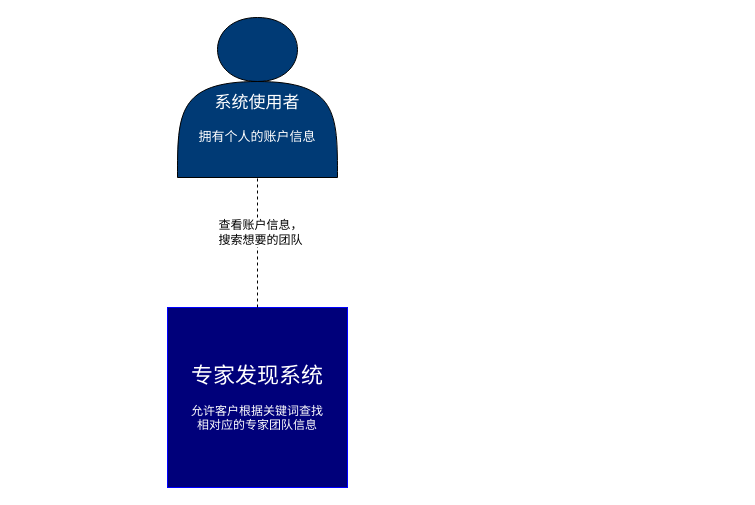
The draw.io diagram Untitled Diagram.drawio in zhangshuo1996/huashan, before the edit. Source tidied: cells renumbered, new cells numbered last; positions are measured from the earlier drawing's top-left corner, leaving out a move shared by most shapes. Both pictures are drawn from the tidied source at 100%, with x=0, y=0 at pixel (167, 17).
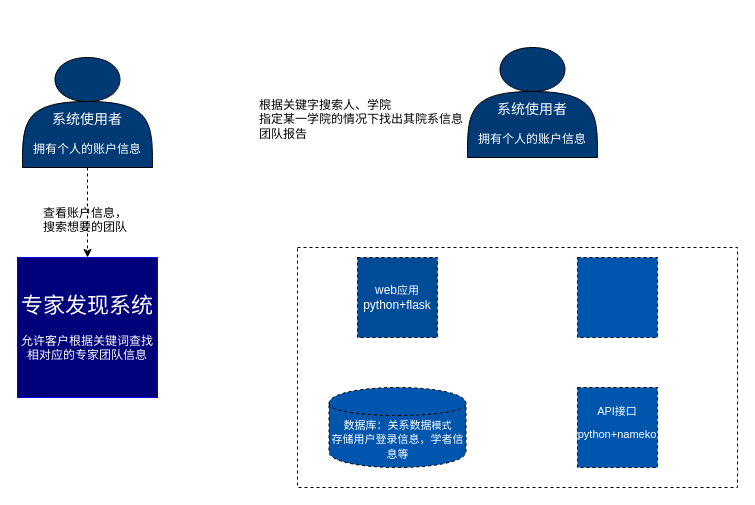
Above is the later version.

The edit, as a diff of the source:
```diff
@@
 <mxGraphModel>
   <root>
     <mxCell id="0" />
     <mxCell id="1" parent="0" />
-    <mxCell id="2" value="&lt;font color=&quot;#ffffff&quot;&gt;&lt;br&gt;&lt;br&gt;&lt;br&gt;&lt;font style=&quot;font-size: 17px&quot;&gt;系统使用者&lt;br&gt;&lt;/font&gt;&lt;span style=&quot;font-size: 13px&quot;&gt;&lt;br&gt;拥有&lt;/span&gt;&lt;span style=&quot;font-size: 13px&quot;&gt;个人的账户信息&lt;/span&gt;&lt;/font&gt;" style="shape=actor;whiteSpace=wrap;html=1;fillColor=#003A75;" parent="1" vertex="1">
-      <mxGeometry x="10" width="160" height="160" as="geometry" />
+    <mxCell id="2" value="&lt;font color=&quot;#ffffff&quot; style=&quot;font-size: 12px&quot;&gt;&lt;br&gt;&lt;br&gt;&lt;br&gt;&lt;font style=&quot;font-size: 14px&quot;&gt;系统使用者&lt;br&gt;&lt;/font&gt;&lt;span&gt;&lt;br&gt;拥有&lt;/span&gt;&lt;span&gt;个人的账户信息&lt;/span&gt;&lt;/font&gt;" style="shape=actor;whiteSpace=wrap;html=1;fillColor=#003A75;" parent="1" vertex="1">
+      <mxGeometry x="-145" y="40" width="130" height="110" as="geometry" />
     </mxCell>
     <mxCell id="3" value="&lt;font color=&quot;#ffffff&quot;&gt;&lt;font style=&quot;font-size: 22px&quot;&gt;专家发现系统&lt;/font&gt;&lt;br&gt;&lt;br&gt;允许客户根据关键词查找&lt;br&gt;相对应的专家团队信息&lt;br&gt;&lt;/font&gt;" style="whiteSpace=wrap;html=1;strokeColor=#0000FF;shadow=0;fillColor=#00007A;" parent="1" vertex="1">
-      <mxGeometry y="290" width="180" height="180" as="geometry" />
+      <mxGeometry x="-150" y="240" width="140" height="140" as="geometry" />
     </mxCell>
-    <mxCell id="4" style="endArrow=none;dashed=1;html=1;entryX=0.5;entryY=1;entryDx=0;entryDy=0;exitX=0.5;exitY=0;exitDx=0;exitDy=0;" parent="1" edge="1" source="3" target="2">
-      <mxGeometry relative="1" as="geometry" />
-    </mxCell>
+    <mxCell id="6" value="&lt;font color=&quot;#ffffff&quot; style=&quot;font-size: 12px&quot;&gt;&lt;br&gt;&lt;br&gt;&lt;br&gt;&lt;font style=&quot;font-size: 14px&quot;&gt;系统使用者&lt;br&gt;&lt;/font&gt;&lt;span&gt;&lt;br&gt;拥有&lt;/span&gt;&lt;span&gt;个人的账户信息&lt;/span&gt;&lt;/font&gt;" style="shape=actor;whiteSpace=wrap;html=1;fillColor=#003A75;" parent="1" vertex="1">
+      <mxGeometry x="300" y="30" width="130" height="110" as="geometry" />
+    </mxCell>
+    <mxCell id="7" style="rounded=0;whiteSpace=wrap;html=1;dashed=1;" parent="1" vertex="1">
+      <mxGeometry x="130" y="230" width="440" height="240" as="geometry" />
+    </mxCell>
+    <mxCell id="8" style="endArrow=classic;html=1;exitX=0.5;exitY=1;exitDx=0;exitDy=0;dashed=1;" parent="1" edge="1" source="2">
+      <mxGeometry relative="1" as="geometry">
+        <mxPoint x="-80" y="240" as="targetPoint" />
+      </mxGeometry>
+    </mxCell>
-    <mxCell id="5" value="查看账户信息，&lt;br&gt;搜索想要的团队&lt;br&gt;" style="text;html=1;align=center;verticalAlign=middle;labelBackgroundColor=#ffffff;" parent="4" vertex="1">
-      <mxGeometry x="0.17" y="-2" relative="1" as="geometry" />
+    <mxCell id="5" value="&lt;span&gt;查看账户信息，&lt;/span&gt;&lt;br&gt;&lt;span&gt;搜索想要的团队&lt;/span&gt;" style="text;html=1;align=left;verticalAlign=top;spacingTop=-4;" parent="1" vertex="1">
+      <mxGeometry x="-126" y="186" width="100" height="30" as="geometry" />
     </mxCell>
+    <mxCell id="9" value="&lt;font color=&quot;#ffffff&quot;&gt;web&lt;font style=&quot;font-size: 11px&quot;&gt;应用&lt;/font&gt;&lt;br&gt;python+flask&lt;br&gt;&lt;/font&gt;" style="whiteSpace=wrap;html=1;dashed=1;fillColor=#004C99;" parent="1" vertex="1">
+      <mxGeometry x="190" y="240" width="80" height="80" as="geometry" />
+    </mxCell>
+    <mxCell id="10" style="whiteSpace=wrap;html=1;dashed=1;fillColor=#0056AD;" parent="1" vertex="1">
+      <mxGeometry x="410" y="240" width="80" height="80" as="geometry" />
+    </mxCell>
+    <mxCell id="11" value="&lt;font color=&quot;#ffffff&quot;&gt;&lt;font style=&quot;font-size: 11px&quot;&gt;数据库：关系数据&lt;/font&gt;&lt;font style=&quot;font-size: 10px&quot;&gt;模式&lt;br style=&quot;font-size: 10px&quot;&gt;&lt;/font&gt;&lt;font style=&quot;font-size: 11px&quot;&gt;存储用户登录信息，学者信息等&lt;/font&gt;&lt;/font&gt;&lt;br&gt;" style="shape=cylinder;whiteSpace=wrap;html=1;boundedLbl=1;backgroundOutline=1;dashed=1;fillColor=#0056AD;" parent="1" vertex="1">
+      <mxGeometry x="161.5" y="370" width="137" height="80" as="geometry" />
+    </mxCell>
+    <mxCell id="12" value="根据关键字搜索人、学院&lt;br&gt;指定某一学院的情况下找出其院系信息&lt;br&gt;团队报告&lt;br&gt;" style="text;html=1;align=left;verticalAlign=top;spacingTop=-4;" parent="1" vertex="1">
+      <mxGeometry x="90" y="78" width="220" height="40" as="geometry" />
+    </mxCell>
+    <mxCell id="13" value="&lt;font color=&quot;#ffffff&quot; style=&quot;font-size: 11px&quot;&gt;API接口&lt;br style=&quot;font-size: 11px&quot;&gt;&lt;/font&gt;&lt;p style=&quot;line-height: 100% ; font-size: 11px&quot;&gt;&lt;font color=&quot;#ffffff&quot; style=&quot;font-size: 11px&quot;&gt;python+nameko&lt;/font&gt;&lt;/p&gt;" style="whiteSpace=wrap;html=1;dashed=1;fillColor=#0056AD;" parent="1" vertex="1">
+      <mxGeometry x="410" y="370" width="80" height="80" as="geometry" />
+    </mxCell>
   </root>
 </mxGraphModel>
```
